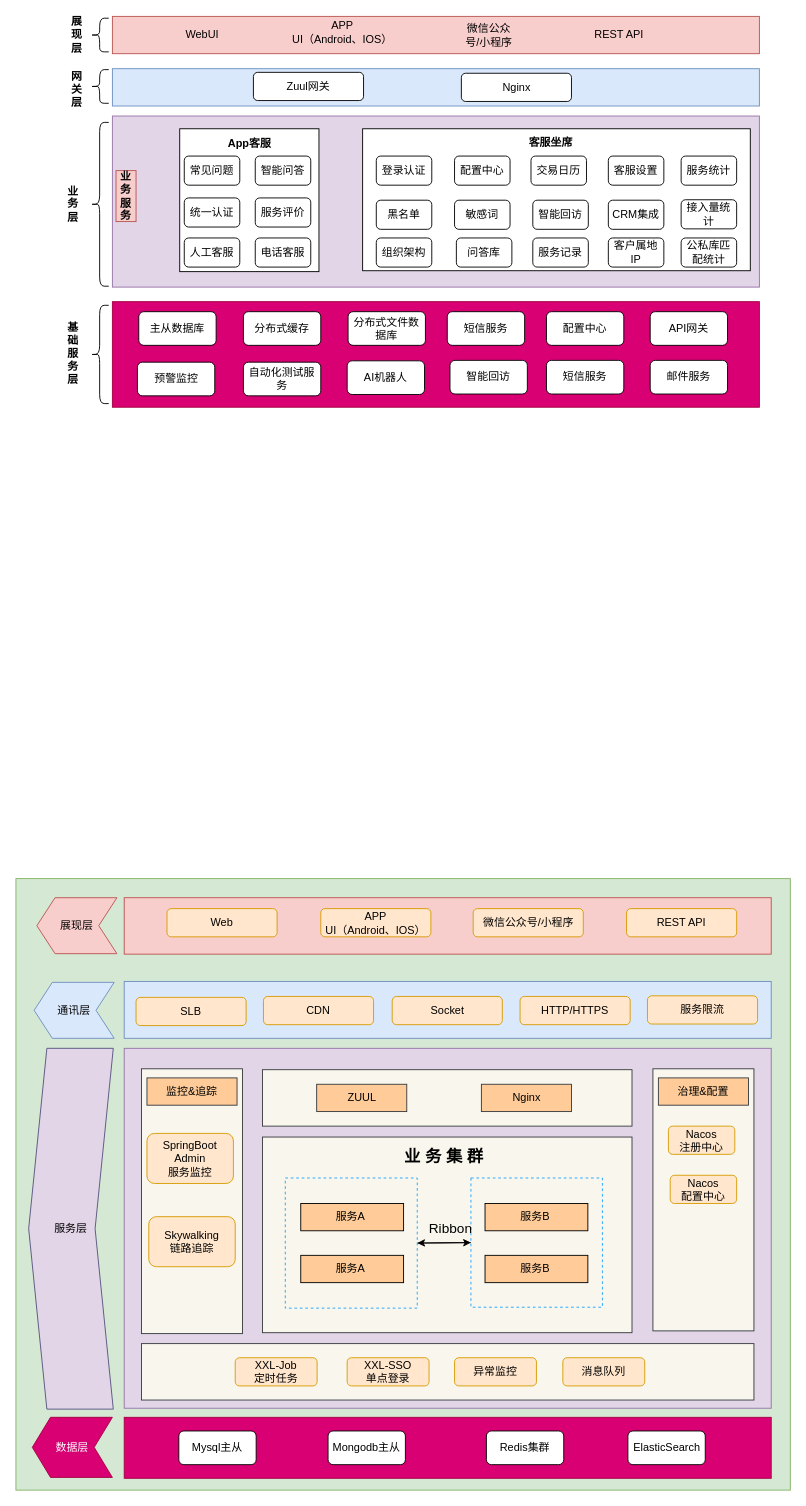
Before: 客服应用架构.drawio in ammengke/my-drawio, a draw.io diagram. Source tidied: cells renumbered, new cells numbered last; positions are measured from the earlier drawing's top-left corner, leaving out a move shared by most shapes. Both pictures are drawn from the tidied source at 91%, with x=0, y=0 at pixel (15, 15).
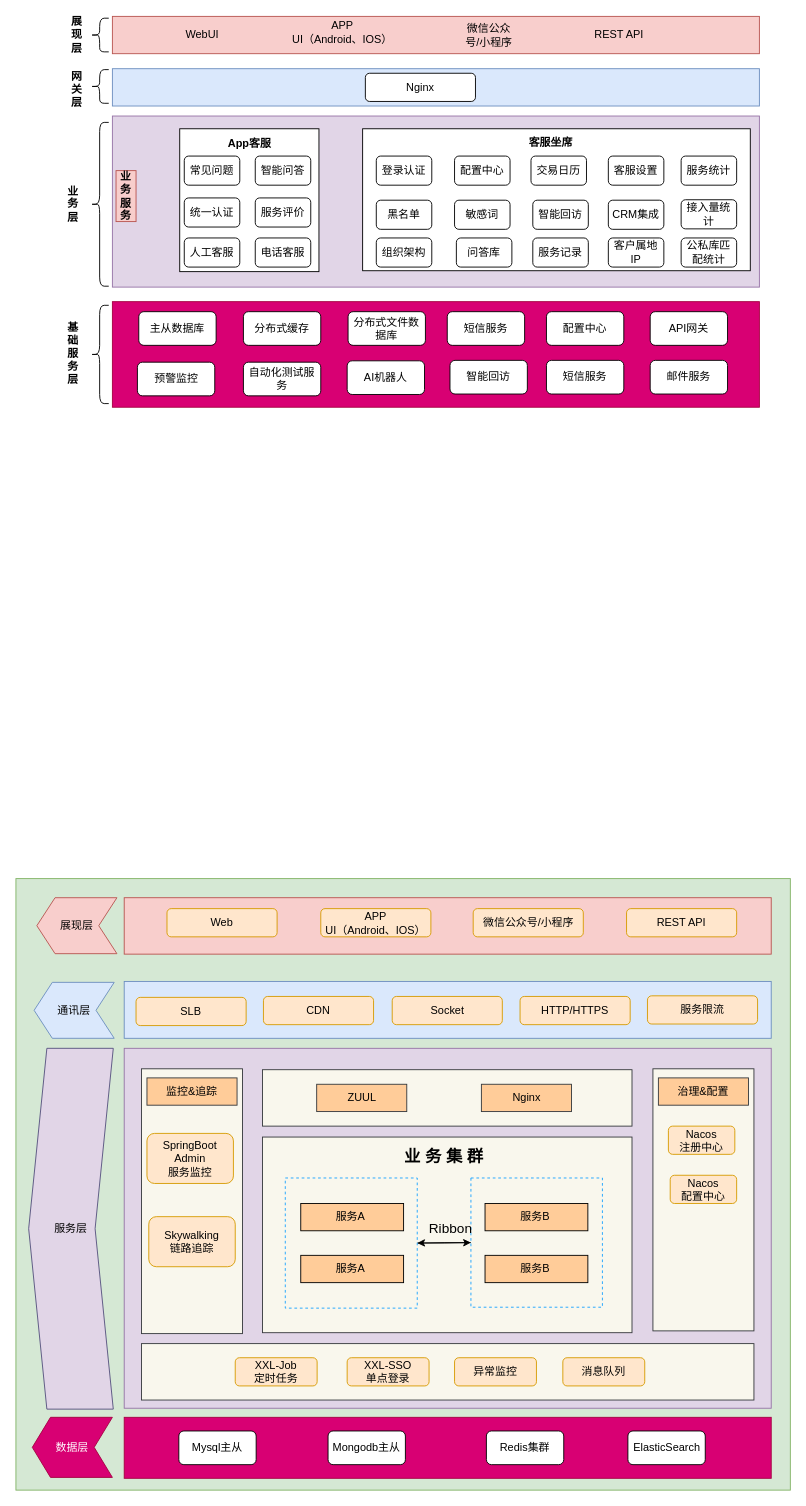
The same page after the edit.

Commit message:
更新客服应用架构.drawio

Diff of the diagram source:
```diff
@@
-    <mxCell id="34" value="Zuul网关" style="rounded=1;whiteSpace=wrap;html=1;fontColor=#000000;" parent="1" vertex="1">
-      <mxGeometry x="261" y="62" width="121" height="31" as="geometry" />
-    </mxCell>
     <mxCell id="35" value="Nginx" style="rounded=1;whiteSpace=wrap;html=1;fontColor=#000000;" parent="1" vertex="1">
-      <mxGeometry x="489.5" y="63" width="121" height="31" as="geometry" />
+      <mxGeometry x="384" y="63" width="121" height="31" as="geometry" />
     </mxCell>
```
